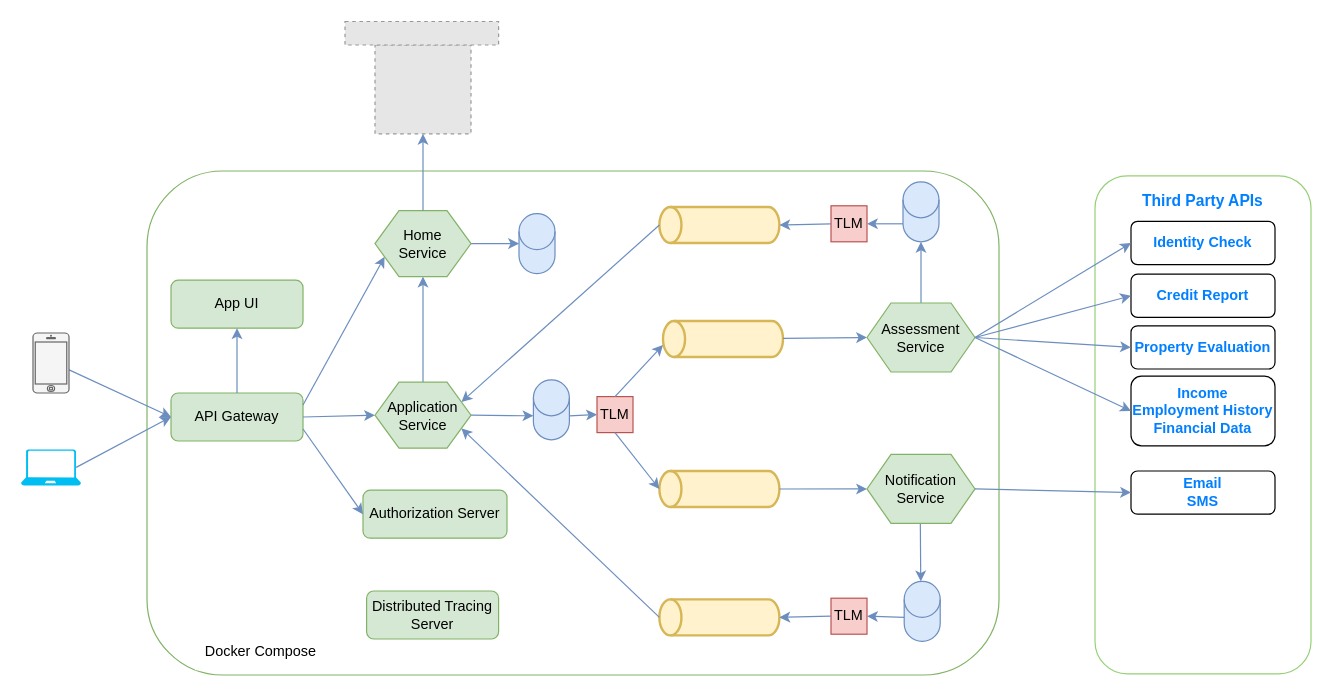
Earlier version of the draw.io diagram 02-architecture/02-logical-components-docker.drawio (huynm20051990/loan-origination-system). Source tidied: cells renumbered, new cells numbered last; positions are measured from the earlier drawing's top-left corner, leaving out a move shared by most shapes. Both pictures are drawn from the tidied source at 120%, with x=0, y=0 at pixel (20, 20). Pictures stored in the file or linked from it are replaced by grey dashed boxes.
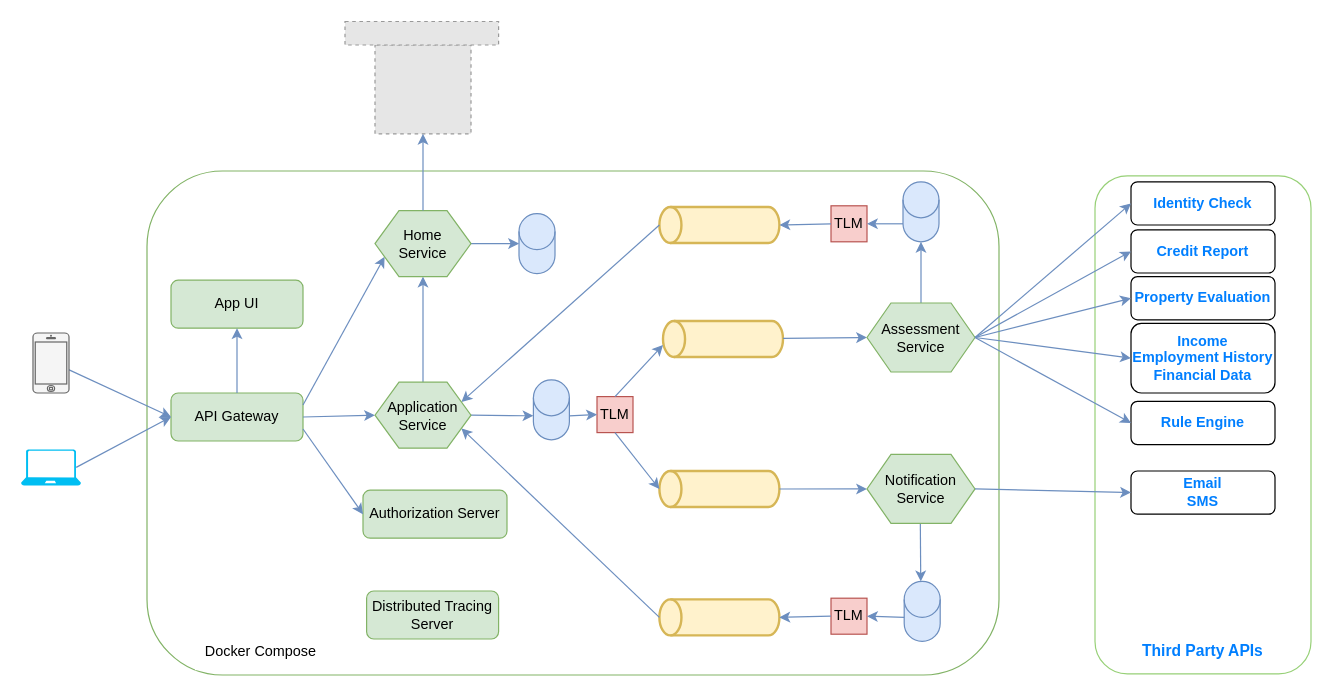
Above is the later version.

Commit message (it also covers changes not shown here):
Update High Level Design diagram

The change refers to these unchanged cells:
```xml
<mxCell id="41" value="Assessment&lt;br&gt;Service" style="shape=hexagon;perimeter=hexagonPerimeter2;whiteSpace=wrap;html=1;fixedSize=1;fillColor=#d5e8d4;strokeColor=#82b366;" parent="1" vertex="1">
  <mxGeometry x="705" y="235" width="90" height="57.5" as="geometry" />
</mxCell>
```

Change to the diagram source:
```diff
@@
     <mxCell id="51" value="Third Party APIs" style="text;html=1;whiteSpace=wrap;strokeColor=none;fillColor=none;align=center;verticalAlign=middle;rounded=0;fontStyle=1;fontColor=#007FFF;fontSize=13;" parent="1" vertex="1">
-      <mxGeometry x="925" y="135" width="120" height="30" as="geometry" />
+      <mxGeometry x="925" y="510" width="120" height="30" as="geometry" />
     </mxCell>
     <mxCell id="52" value="Identity Check" style="rounded=1;whiteSpace=wrap;html=1;fontColor=#007FFF;fontStyle=1;" parent="1" vertex="1">
-      <mxGeometry x="925" y="167" width="120" height="36" as="geometry" />
+      <mxGeometry x="925" y="134" width="120" height="36" as="geometry" />
     </mxCell>
     <mxCell id="53" value="Credit Report" style="rounded=1;whiteSpace=wrap;html=1;fontColor=#007FFF;fontStyle=1;" parent="1" vertex="1">
-      <mxGeometry x="925" y="211" width="120" height="36" as="geometry" />
+      <mxGeometry x="925" y="174" width="120" height="36" as="geometry" />
     </mxCell>
     <mxCell id="54" value="Property Evaluation" style="rounded=1;whiteSpace=wrap;html=1;fontColor=#007FFF;fontStyle=1;" parent="1" vertex="1">
-      <mxGeometry x="925" y="254" width="120" height="36" as="geometry" />
+      <mxGeometry x="925" y="213" width="120" height="36" as="geometry" />
     </mxCell>
     <mxCell id="55" value="Income&lt;br&gt;Employment History&lt;br&gt;Financial Data" style="rounded=1;whiteSpace=wrap;html=1;fontColor=#007FFF;fontStyle=1;" parent="1" vertex="1">
-      <mxGeometry x="925" y="296" width="120" height="58" as="geometry" />
+      <mxGeometry x="925" y="252" width="120" height="58" as="geometry" />
     </mxCell>
@@
+    <mxCell id="62" value="Rule Engine" style="rounded=1;whiteSpace=wrap;html=1;fontColor=#007FFF;fontStyle=1;" parent="1" vertex="1">
+      <mxGeometry x="925" y="317" width="120" height="36" as="geometry" />
+    </mxCell>
+    <mxCell id="63" style="endArrow=classic;html=1;rounded=0;fillColor=#dae8fc;strokeColor=#6c8ebf;exitX=1;exitY=0.5;exitDx=0;exitDy=0;entryX=0;entryY=0.5;entryDx=0;entryDy=0;" parent="1" edge="1" source="41" target="62">
+      <mxGeometry relative="1" as="geometry" />
+    </mxCell>
```
